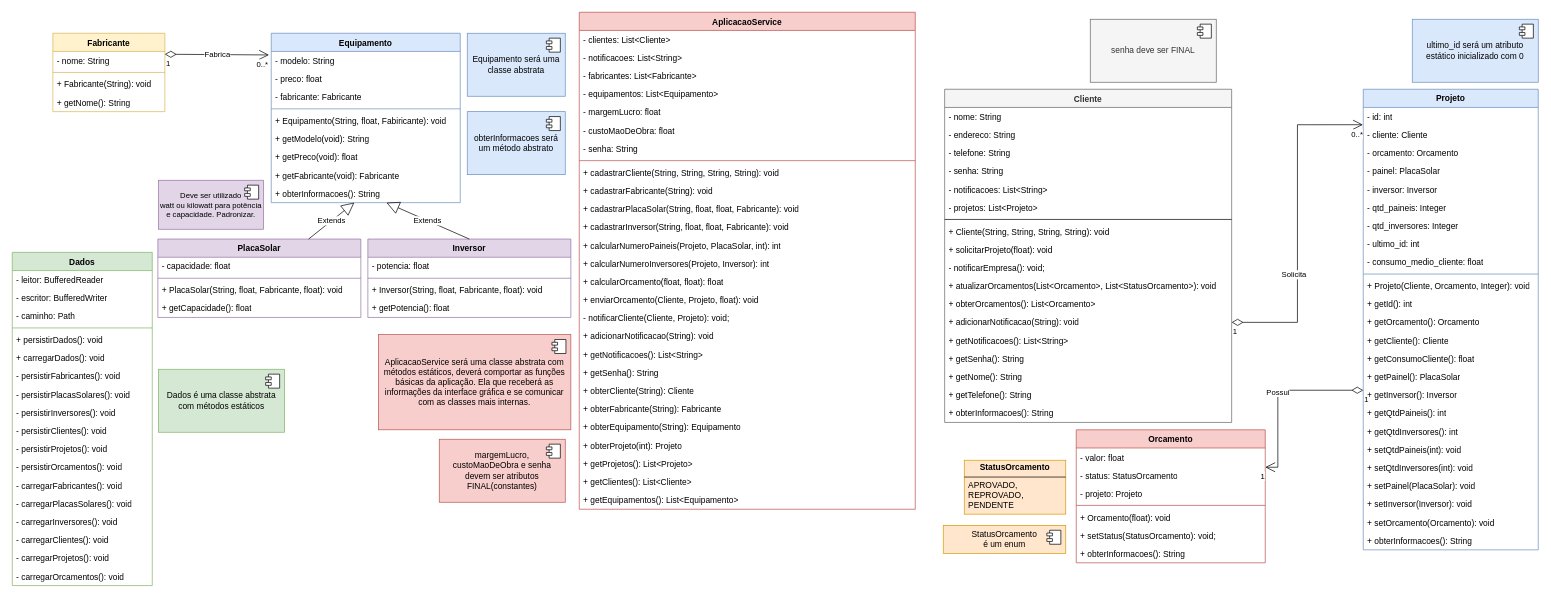
This is diagrama_de_classes.drawio from tasso121/EnergiaSolar, a draw.io file, before an edit. Source tidied: cells renumbered, new cells numbered last; positions are measured from the earlier drawing's top-left corner, leaving out a move shared by most shapes. Both pictures are drawn from the tidied source at 70%, with x=0, y=0 at pixel (12, 12).
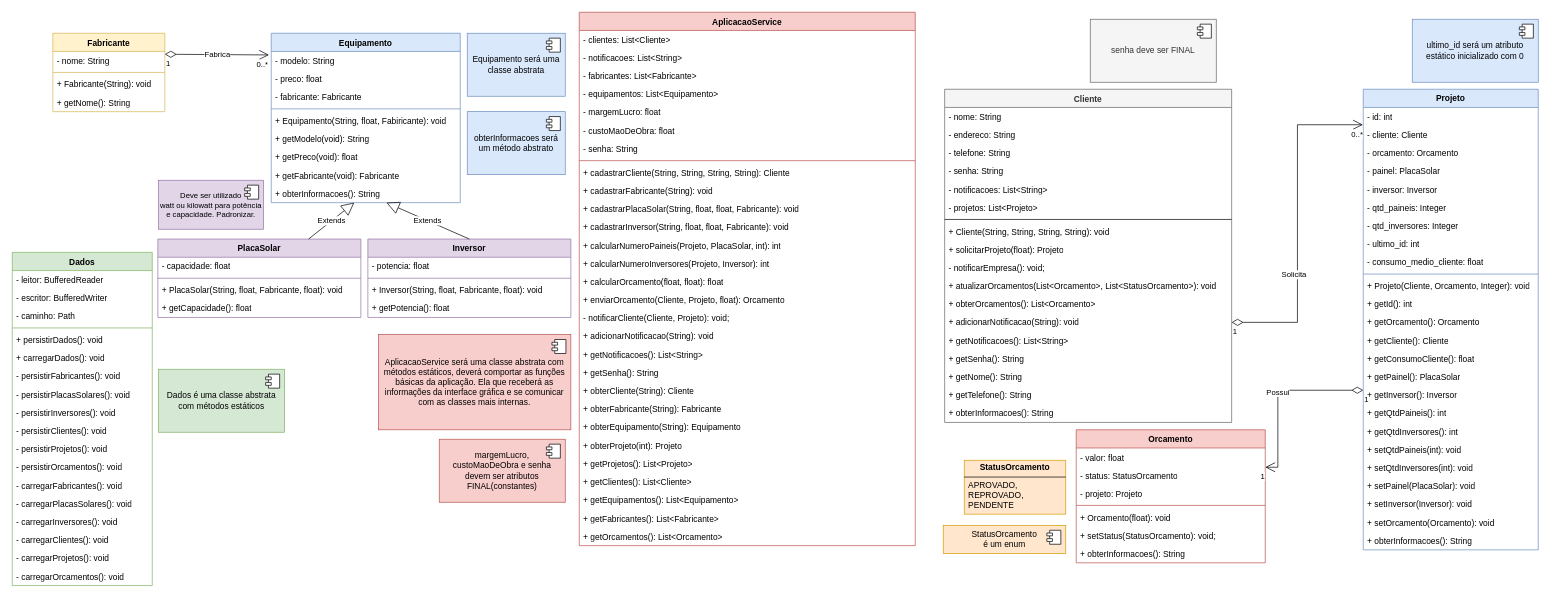
Above is the later version.

Unchanged cells that the change refers to:
```xml
<mxCell id="2" value="Cliente" style="swimlane;fontStyle=1;align=center;verticalAlign=top;horizontal=1;startSize=26;rounded=0;shadow=0;strokeWidth=1;fillColor=#f5f5f5;fontColor=#333333;strokeColor=#666666;" parent="1" vertex="1">
  <mxGeometry x="1332" y="110" width="410" height="476" as="geometry" />
</mxCell>
```

The edit, as a diff of the source:
```diff
@@
-    <mxCell id="11" value="+ solicitarProjeto(float): void" style="text;strokeColor=none;fillColor=none;align=left;verticalAlign=top;spacingLeft=4;spacingRight=4;overflow=hidden;whiteSpace=wrap;html=1;" parent="2" vertex="1">
+    <mxCell id="11" value="+ solicitarProjeto(float): Projeto" style="text;strokeColor=none;fillColor=none;align=left;verticalAlign=top;spacingLeft=4;spacingRight=4;overflow=hidden;whiteSpace=wrap;html=1;" parent="2" vertex="1">
       <mxGeometry y="216" width="410" height="26" as="geometry" />
     </mxCell>
@@
     <mxCell id="52" value="AplicacaoService" style="swimlane;fontStyle=1;align=center;verticalAlign=top;horizontal=1;startSize=26;whiteSpace=wrap;html=1;fillColor=#f8cecc;strokeColor=#b85450;" parent="1" vertex="1">
-      <mxGeometry x="810" width="480" height="710" as="geometry" />
+      <mxGeometry x="810" width="480" height="762" as="geometry" />
     </mxCell>
@@
-    <mxCell id="61" value="+ cadastrarCliente(String, String, String, String): void" style="text;strokeColor=none;fillColor=none;align=left;verticalAlign=top;spacingLeft=4;spacingRight=4;overflow=hidden;whiteSpace=wrap;html=1;" parent="52" vertex="1">
+    <mxCell id="61" value="+ cadastrarCliente(String, String, String, String): Cliente" style="text;strokeColor=none;fillColor=none;align=left;verticalAlign=top;spacingLeft=4;spacingRight=4;overflow=hidden;whiteSpace=wrap;html=1;" parent="52" vertex="1">
       <mxGeometry y="216" width="480" height="26" as="geometry" />
     </mxCell>
@@
-    <mxCell id="68" value="+ enviarOrcamento(Cliente, Projeto, float): void" style="text;strokeColor=none;fillColor=none;align=left;verticalAlign=top;spacingLeft=4;spacingRight=4;overflow=hidden;whiteSpace=wrap;html=1;" parent="52" vertex="1">
+    <mxCell id="68" value="+ enviarOrcamento(Cliente, Projeto, float): Orcamento" style="text;strokeColor=none;fillColor=none;align=left;verticalAlign=top;spacingLeft=4;spacingRight=4;overflow=hidden;whiteSpace=wrap;html=1;" parent="52" vertex="1">
       <mxGeometry y="398" width="480" height="26" as="geometry" />
     </mxCell>
@@
+    <mxCell id="159" value="+ getFabricantes(): List&amp;lt;Fabricante&amp;gt;" style="text;strokeColor=none;fillColor=none;align=left;verticalAlign=top;spacingLeft=4;spacingRight=4;overflow=hidden;whiteSpace=wrap;html=1;" parent="52" vertex="1">
+      <mxGeometry y="710" width="480" height="26" as="geometry" />
+    </mxCell>
+    <mxCell id="160" value="+ getOrcamentos(): List&amp;lt;Orcamento&amp;gt;" style="text;strokeColor=none;fillColor=none;align=left;verticalAlign=top;spacingLeft=4;spacingRight=4;overflow=hidden;whiteSpace=wrap;html=1;" parent="52" vertex="1">
+      <mxGeometry y="736" width="480" height="26" as="geometry" />
+    </mxCell>
```
